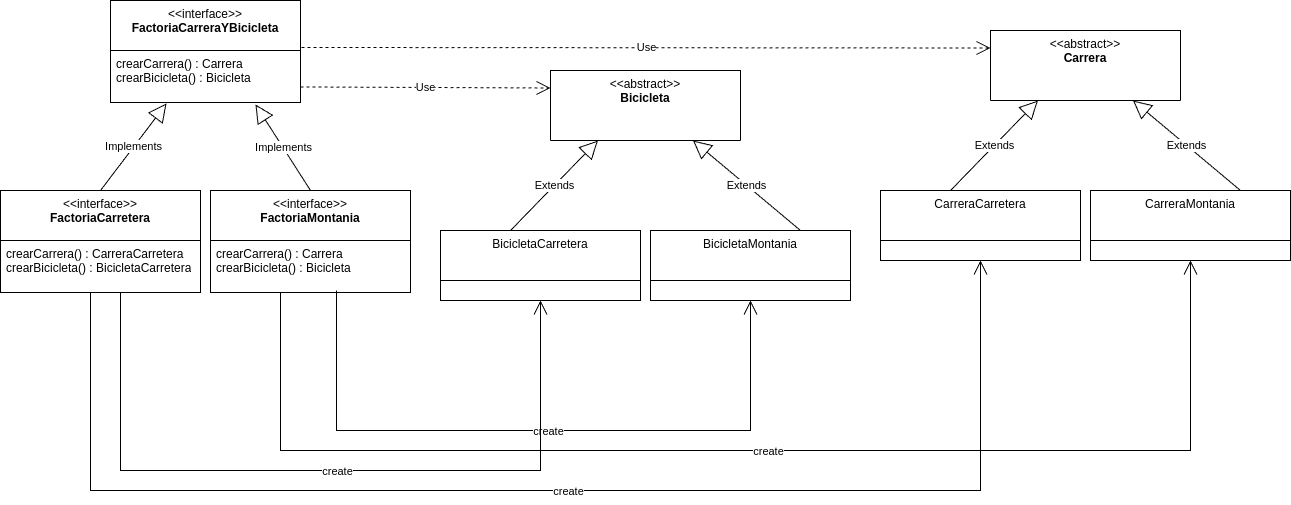
Before: PR1/img/ej1_sin_hebras.png, a diagram exported from draw.io (JuanmiAcosta/Desarrollo_De_Software). Source tidied: cells renumbered, new cells last; positions are measured from the earlier drawing's top-left corner, leaving out a move shared by most shapes.
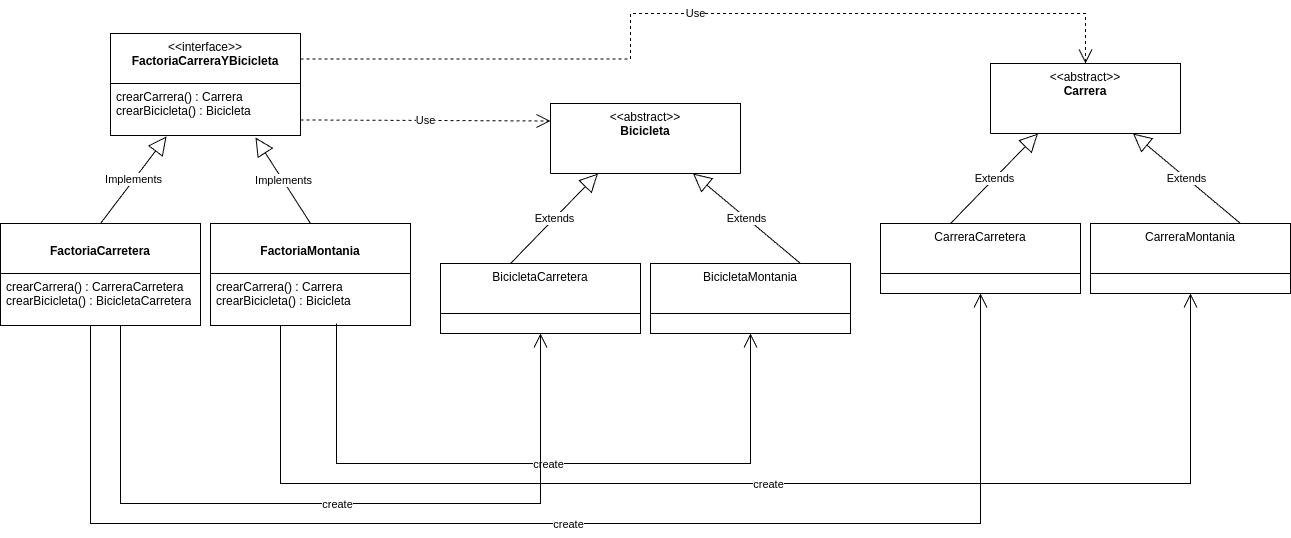
The same diagram one commit later.

Diff of the diagram source:
```diff
@@ -8,16 +8,16 @@
     <mxCell id="3" value="crearCarrera() : Carrera&lt;div&gt;crearBicicleta() : Bicicleta&lt;/div&gt;" style="text;strokeColor=none;fillColor=none;align=left;verticalAlign=top;spacingLeft=4;spacingRight=4;overflow=hidden;points=[[0,0.5],[1,0.5]];portConstraint=eastwest;whiteSpace=wrap;html=1;" parent="2" vertex="1">
       <mxGeometry y="50" width="190" height="52" as="geometry" />
     </mxCell>
-    <mxCell id="4" value="&lt;div&gt;&lt;span style=&quot;font-weight: normal;&quot;&gt;&amp;lt;&amp;lt;interface&amp;gt;&amp;gt;&lt;/span&gt;&lt;/div&gt;FactoriaCarretera" style="swimlane;fontStyle=1;align=center;verticalAlign=top;horizontal=1;startSize=50;whiteSpace=wrap;html=1;" parent="1" vertex="1">
-      <mxGeometry y="190" width="200" height="102" as="geometry" />
-    </mxCell>
+    <mxCell id="30" value="&lt;div&gt;&lt;br&gt;&lt;/div&gt;FactoriaCarretera" style="swimlane;fontStyle=1;align=center;verticalAlign=top;horizontal=1;startSize=50;whiteSpace=wrap;html=1;" parent="1" vertex="1">
+      <mxGeometry y="190" width="200" height="102" as="geometry" />
+    </mxCell>
-    <mxCell id="5" value="crearCarrera() : CarreraCarretera&lt;div&gt;crearBicicleta() : BicicletaCarretera&lt;/div&gt;" style="text;strokeColor=none;fillColor=none;align=left;verticalAlign=top;spacingLeft=4;spacingRight=4;overflow=hidden;whiteSpace=wrap;html=1;" parent="4" vertex="1">
+    <mxCell id="5" value="crearCarrera() : CarreraCarretera&lt;div&gt;crearBicicleta() : BicicletaCarretera&lt;/div&gt;" style="text;strokeColor=none;fillColor=none;align=left;verticalAlign=top;spacingLeft=4;spacingRight=4;overflow=hidden;whiteSpace=wrap;html=1;" parent="30" vertex="1">
       <mxGeometry y="50" width="200" height="52" as="geometry" />
     </mxCell>
-    <mxCell id="6" value="&lt;div&gt;&lt;span style=&quot;font-weight: normal;&quot;&gt;&amp;lt;&amp;lt;interface&amp;gt;&amp;gt;&lt;/span&gt;&lt;/div&gt;FactoriaMontania" style="swimlane;fontStyle=1;align=center;verticalAlign=top;horizontal=1;startSize=50;whiteSpace=wrap;html=1;" parent="1" vertex="1">
-      <mxGeometry x="210" y="190" width="200" height="102" as="geometry" />
-    </mxCell>
+    <mxCell id="31" value="&lt;div&gt;&lt;br&gt;&lt;/div&gt;FactoriaMontania" style="swimlane;fontStyle=1;align=center;verticalAlign=top;horizontal=1;startSize=50;whiteSpace=wrap;html=1;" parent="1" vertex="1">
+      <mxGeometry x="210" y="190" width="200" height="102" as="geometry" />
+    </mxCell>
-    <mxCell id="7" value="crearCarrera() : Carrera&lt;div&gt;crearBicicleta() : Bicicleta&lt;/div&gt;" style="text;strokeColor=none;fillColor=none;align=left;verticalAlign=top;spacingLeft=4;spacingRight=4;overflow=hidden;whiteSpace=wrap;html=1;" parent="6" vertex="1">
+    <mxCell id="7" value="crearCarrera() : Carrera&lt;div&gt;crearBicicleta() : Bicicleta&lt;/div&gt;" style="text;strokeColor=none;fillColor=none;align=left;verticalAlign=top;spacingLeft=4;spacingRight=4;overflow=hidden;whiteSpace=wrap;html=1;" parent="31" vertex="1">
       <mxGeometry y="50" width="200" height="52" as="geometry" />
     </mxCell>
     <mxCell id="8" value="&lt;div&gt;&lt;span style=&quot;font-weight: normal;&quot;&gt;&amp;lt;&amp;lt;abstract&amp;gt;&amp;gt;&lt;/span&gt;&lt;/div&gt;&lt;div&gt;Bicicleta&lt;/div&gt;" style="swimlane;fontStyle=1;align=center;verticalAlign=top;horizontal=1;startSize=70;whiteSpace=wrap;html=1;" parent="1" vertex="1">
@@ -29,18 +29,18 @@
     <mxCell id="10" value="&lt;span style=&quot;font-weight: 400;&quot;&gt;BicicletaMontania&lt;/span&gt;&lt;div&gt;&lt;/div&gt;" style="swimlane;fontStyle=1;align=center;verticalAlign=top;horizontal=1;startSize=50;whiteSpace=wrap;html=1;" parent="1" vertex="1">
       <mxGeometry x="650" y="230" width="200" height="70" as="geometry" />
     </mxCell>
-    <mxCell id="11" value="Extends" style="endArrow=block;endSize=16;endFill=0;html=1;rounded=0;entryX=0.25;entryY=1;entryDx=0;entryDy=0;" parent="1" edge="1" target="8">
-      <mxGeometry relative="1" as="geometry">
-        <mxPoint x="510" y="230" as="sourcePoint" />
-      </mxGeometry>
-    </mxCell>
+    <mxCell id="32" value="Extends" style="endArrow=block;endSize=16;endFill=0;html=1;rounded=0;entryX=0.25;entryY=1;entryDx=0;entryDy=0;" parent="1" edge="1" target="8">
+      <mxGeometry relative="1" as="geometry">
+        <mxPoint x="510" y="230" as="sourcePoint" />
+      </mxGeometry>
+    </mxCell>
     <mxCell id="12" value="Extends" style="endArrow=block;endSize=16;endFill=0;html=1;rounded=0;entryX=0.75;entryY=1;entryDx=0;entryDy=0;exitX=0.75;exitY=0;exitDx=0;exitDy=0;" parent="1" edge="1" source="10" target="8">
       <mxGeometry relative="1" as="geometry" />
     </mxCell>
-    <mxCell id="13" value="Implements" style="endArrow=block;endSize=16;endFill=0;html=1;rounded=0;exitX=0.5;exitY=0;exitDx=0;exitDy=0;entryX=0.295;entryY=1.019;entryDx=0;entryDy=0;entryPerimeter=0;" parent="1" edge="1" source="4" target="3">
+    <mxCell id="13" value="Implements" style="endArrow=block;endSize=16;endFill=0;html=1;rounded=0;exitX=0.5;exitY=0;exitDx=0;exitDy=0;entryX=0.295;entryY=1.019;entryDx=0;entryDy=0;entryPerimeter=0;" parent="1" edge="1" source="30" target="3">
       <mxGeometry relative="1" as="geometry" />
     </mxCell>
-    <mxCell id="14" value="Implements" style="endArrow=block;endSize=16;endFill=0;html=1;rounded=0;entryX=0.763;entryY=1.038;entryDx=0;entryDy=0;exitX=0.5;exitY=0;exitDx=0;exitDy=0;entryPerimeter=0;" parent="1" edge="1" source="6" target="3">
+    <mxCell id="14" value="Implements" style="endArrow=block;endSize=16;endFill=0;html=1;rounded=0;entryX=0.763;entryY=1.038;entryDx=0;entryDy=0;exitX=0.5;exitY=0;exitDx=0;exitDy=0;entryPerimeter=0;" parent="1" edge="1" source="31" target="3">
       <mxGeometry relative="1" as="geometry" />
     </mxCell>
     <mxCell id="15" value="Use" style="endArrow=open;endSize=12;dashed=1;html=1;rounded=0;exitX=1;exitY=0.701;exitDx=0;exitDy=0;entryX=0;entryY=0.25;entryDx=0;entryDy=0;exitPerimeter=0;" parent="1" edge="1" source="3" target="8">
@@ -55,72 +55,78 @@
     <mxCell id="18" value="&lt;span style=&quot;font-weight: 400;&quot;&gt;CarreraMontania&lt;/span&gt;&lt;div&gt;&lt;/div&gt;" style="swimlane;fontStyle=1;align=center;verticalAlign=top;horizontal=1;startSize=50;whiteSpace=wrap;html=1;" parent="1" vertex="1">
       <mxGeometry x="1090" y="190" width="200" height="70" as="geometry" />
     </mxCell>
-    <mxCell id="19" value="Extends" style="endArrow=block;endSize=16;endFill=0;html=1;rounded=0;entryX=0.25;entryY=1;entryDx=0;entryDy=0;" parent="1" edge="1" target="16">
-      <mxGeometry relative="1" as="geometry">
-        <mxPoint x="950" y="190" as="sourcePoint" />
-      </mxGeometry>
-    </mxCell>
+    <mxCell id="33" value="Extends" style="endArrow=block;endSize=16;endFill=0;html=1;rounded=0;entryX=0.25;entryY=1;entryDx=0;entryDy=0;" parent="1" edge="1" target="16">
+      <mxGeometry relative="1" as="geometry">
+        <mxPoint x="950" y="190" as="sourcePoint" />
+      </mxGeometry>
+    </mxCell>
     <mxCell id="20" value="Extends" style="endArrow=block;endSize=16;endFill=0;html=1;rounded=0;entryX=0.75;entryY=1;entryDx=0;entryDy=0;exitX=0.75;exitY=0;exitDx=0;exitDy=0;" parent="1" edge="1" source="18" target="16">
       <mxGeometry relative="1" as="geometry" />
     </mxCell>
-    <mxCell id="21" style="endArrow=open;endFill=1;endSize=12;html=1;rounded=0;entryX=0.5;entryY=1;entryDx=0;entryDy=0;edgeStyle=orthogonalEdgeStyle;" parent="1" edge="1" target="10">
-      <mxGeometry relative="1" as="geometry">
-        <mxPoint x="336" y="290" as="sourcePoint" />
-        <Array as="points">
-          <mxPoint x="336" y="430" />
-          <mxPoint x="750" y="430" />
-        </Array>
-      </mxGeometry>
-    </mxCell>
-    <mxCell id="22" value="create" style="edgeLabel;html=1;align=center;verticalAlign=middle;" parent="21" vertex="1">
-      <mxGeometry x="0.03" y="-1" relative="1" as="geometry">
-        <mxPoint y="-1" as="offset" />
-      </mxGeometry>
-    </mxCell>
-    <mxCell id="23" style="endArrow=open;endFill=1;endSize=12;html=1;rounded=0;exitX=0.63;exitY=1.058;exitDx=0;exitDy=0;exitPerimeter=0;edgeStyle=orthogonalEdgeStyle;entryX=0.5;entryY=1;entryDx=0;entryDy=0;" parent="1" edge="1" target="18">
-      <mxGeometry relative="1" as="geometry">
-        <mxPoint x="280" y="292" as="sourcePoint" />
-        <Array as="points">
-          <mxPoint x="280" y="450" />
-          <mxPoint x="1190" y="450" />
-        </Array>
-      </mxGeometry>
-    </mxCell>
-    <mxCell id="24" value="create" style="edgeLabel;html=1;align=center;verticalAlign=middle;" parent="23" vertex="1">
-      <mxGeometry x="0.03" y="-1" relative="1" as="geometry">
-        <mxPoint y="-1" as="offset" />
-      </mxGeometry>
-    </mxCell>
-    <mxCell id="25" style="endArrow=open;endFill=1;endSize=12;html=1;rounded=0;exitX=0.63;exitY=1.058;exitDx=0;exitDy=0;exitPerimeter=0;edgeStyle=orthogonalEdgeStyle;entryX=0.5;entryY=1;entryDx=0;entryDy=0;" parent="1" edge="1" target="9">
-      <mxGeometry relative="1" as="geometry">
-        <mxPoint x="120" y="292" as="sourcePoint" />
-        <Array as="points">
-          <mxPoint x="120" y="470" />
-          <mxPoint x="540" y="470" />
-        </Array>
-      </mxGeometry>
-    </mxCell>
-    <mxCell id="26" value="create" style="edgeLabel;html=1;align=center;verticalAlign=middle;" parent="25" vertex="1">
-      <mxGeometry x="0.03" y="-1" relative="1" as="geometry">
-        <mxPoint y="-1" as="offset" />
-      </mxGeometry>
-    </mxCell>
-    <mxCell id="27" style="endArrow=open;endFill=1;endSize=12;html=1;rounded=0;exitX=0.63;exitY=1.058;exitDx=0;exitDy=0;exitPerimeter=0;edgeStyle=orthogonalEdgeStyle;entryX=0.5;entryY=1;entryDx=0;entryDy=0;" parent="1" edge="1" target="17">
-      <mxGeometry relative="1" as="geometry">
-        <mxPoint x="90" y="292" as="sourcePoint" />
-        <Array as="points">
-          <mxPoint x="90" y="490" />
-          <mxPoint x="980" y="490" />
-        </Array>
-      </mxGeometry>
-    </mxCell>
-    <mxCell id="28" value="create" style="edgeLabel;html=1;align=center;verticalAlign=middle;" parent="27" vertex="1">
-      <mxGeometry x="0.03" y="-1" relative="1" as="geometry">
-        <mxPoint y="-1" as="offset" />
-      </mxGeometry>
-    </mxCell>
+    <mxCell id="34" style="endArrow=open;endFill=1;endSize=12;html=1;rounded=0;entryX=0.5;entryY=1;entryDx=0;entryDy=0;edgeStyle=orthogonalEdgeStyle;" parent="1" edge="1" target="10">
+      <mxGeometry relative="1" as="geometry">
+        <mxPoint x="336" y="290" as="sourcePoint" />
+        <Array as="points">
+          <mxPoint x="336" y="430" />
+          <mxPoint x="750" y="430" />
+        </Array>
+      </mxGeometry>
+    </mxCell>
+    <mxCell id="35" value="create" style="edgeLabel;html=1;align=center;verticalAlign=middle;" parent="34" vertex="1">
+      <mxGeometry x="0.03" y="-1" relative="1" as="geometry">
+        <mxPoint y="-1" as="offset" />
+      </mxGeometry>
+    </mxCell>
+    <mxCell id="36" style="endArrow=open;endFill=1;endSize=12;html=1;rounded=0;exitX=0.63;exitY=1.058;exitDx=0;exitDy=0;exitPerimeter=0;edgeStyle=orthogonalEdgeStyle;entryX=0.5;entryY=1;entryDx=0;entryDy=0;" parent="1" edge="1" target="18">
+      <mxGeometry relative="1" as="geometry">
+        <mxPoint x="280" y="292" as="sourcePoint" />
+        <Array as="points">
+          <mxPoint x="280" y="450" />
+          <mxPoint x="1190" y="450" />
+        </Array>
+      </mxGeometry>
+    </mxCell>
+    <mxCell id="37" value="create" style="edgeLabel;html=1;align=center;verticalAlign=middle;" parent="36" vertex="1">
+      <mxGeometry x="0.03" y="-1" relative="1" as="geometry">
+        <mxPoint y="-1" as="offset" />
+      </mxGeometry>
+    </mxCell>
+    <mxCell id="38" style="endArrow=open;endFill=1;endSize=12;html=1;rounded=0;exitX=0.63;exitY=1.058;exitDx=0;exitDy=0;exitPerimeter=0;edgeStyle=orthogonalEdgeStyle;entryX=0.5;entryY=1;entryDx=0;entryDy=0;" parent="1" edge="1" target="9">
+      <mxGeometry relative="1" as="geometry">
+        <mxPoint x="120" y="292" as="sourcePoint" />
+        <Array as="points">
+          <mxPoint x="120" y="470" />
+          <mxPoint x="540" y="470" />
+        </Array>
+      </mxGeometry>
+    </mxCell>
+    <mxCell id="39" value="create" style="edgeLabel;html=1;align=center;verticalAlign=middle;" parent="38" vertex="1">
+      <mxGeometry x="0.03" y="-1" relative="1" as="geometry">
+        <mxPoint y="-1" as="offset" />
+      </mxGeometry>
+    </mxCell>
+    <mxCell id="40" style="endArrow=open;endFill=1;endSize=12;html=1;rounded=0;exitX=0.63;exitY=1.058;exitDx=0;exitDy=0;exitPerimeter=0;edgeStyle=orthogonalEdgeStyle;entryX=0.5;entryY=1;entryDx=0;entryDy=0;" parent="1" edge="1" target="17">
+      <mxGeometry relative="1" as="geometry">
+        <mxPoint x="90" y="292" as="sourcePoint" />
+        <Array as="points">
+          <mxPoint x="90" y="490" />
+          <mxPoint x="980" y="490" />
+        </Array>
+      </mxGeometry>
+    </mxCell>
+    <mxCell id="41" value="create" style="edgeLabel;html=1;align=center;verticalAlign=middle;" parent="40" vertex="1">
+      <mxGeometry x="0.03" y="-1" relative="1" as="geometry">
+        <mxPoint y="-1" as="offset" />
+      </mxGeometry>
+    </mxCell>
-    <mxCell id="29" value="Use" style="endArrow=open;endSize=12;dashed=1;html=1;rounded=0;exitX=1.005;exitY=-0.058;exitDx=0;exitDy=0;entryX=0;entryY=0.25;entryDx=0;entryDy=0;exitPerimeter=0;" parent="1" edge="1" source="3" target="16">
-      <mxGeometry relative="1" as="geometry" />
+    <mxCell id="29" value="Use" style="endArrow=open;endSize=12;dashed=1;html=1;rounded=0;exitX=1;exitY=0.25;exitDx=0;exitDy=0;entryX=0.5;entryY=0;entryDx=0;entryDy=0;edgeStyle=orthogonalEdgeStyle;" parent="1" edge="1" source="2" target="16">
+      <mxGeometry relative="1" as="geometry">
+        <Array as="points">
+          <mxPoint x="630" y="26" />
+          <mxPoint x="630" y="-20" />
+          <mxPoint x="1085" y="-20" />
+        </Array>
+      </mxGeometry>
     </mxCell>
   </root>
 </mxGraphModel>
```
